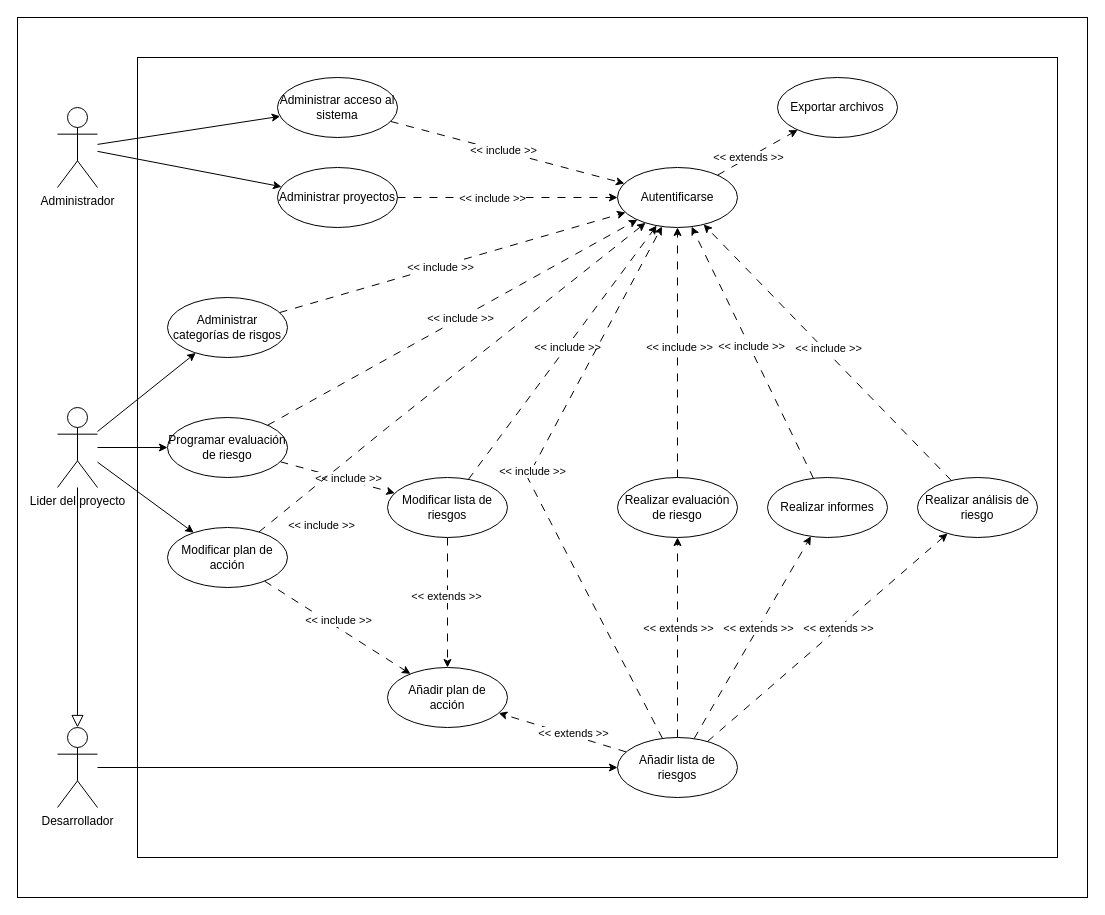
Earlier version of the draw.io diagram 2. Etapa de elaboración/Iteración 1/Especificación de requerimientos/Diagrama de CU.drawio (fxex/Vesta_Risk_Manager). Source tidied: cells renumbered, new cells numbered last; positions are measured from the earlier drawing's top-left corner, leaving out a move shared by most shapes. Both pictures are drawn from the tidied source at 100%, with x=0, y=0 at pixel (17, 17).
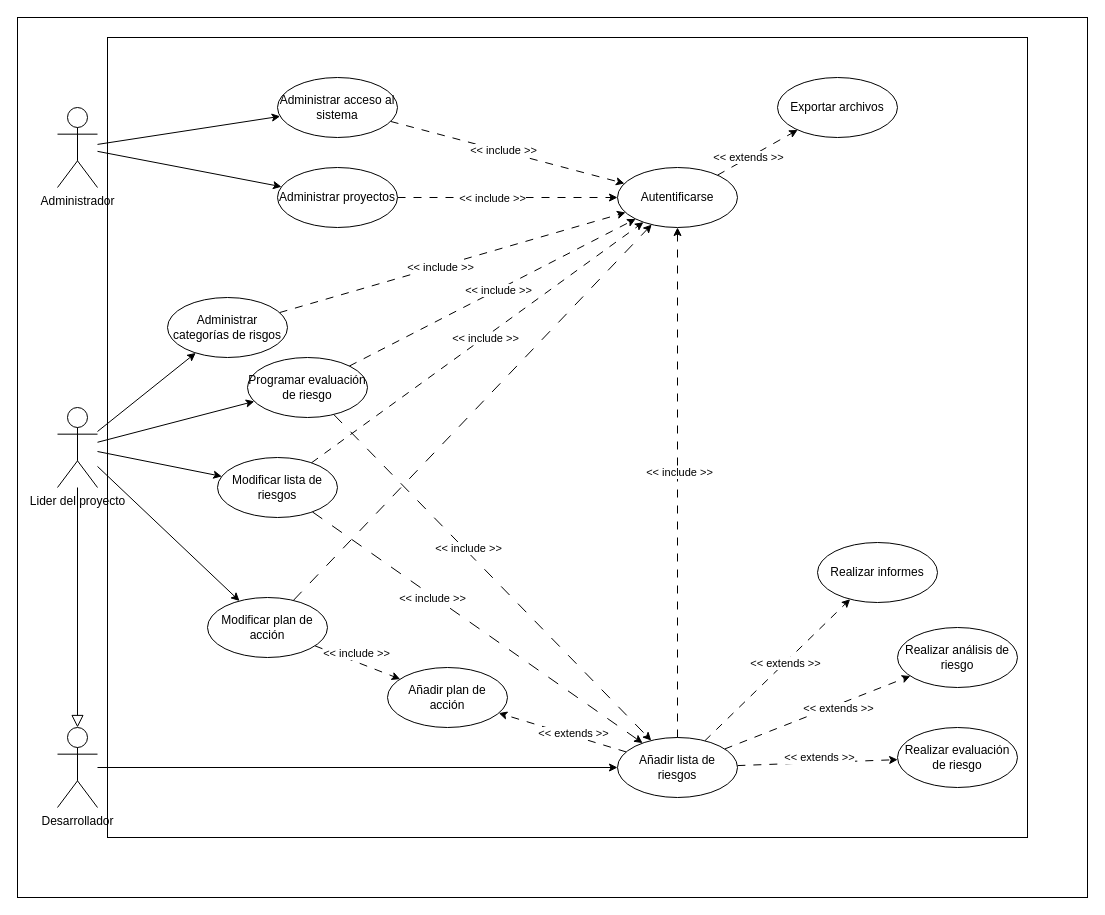
The same diagram, later.

Unchanged cells that the change refers to:
```xml
<mxCell id="10" value="Lider del proyecto" style="shape=umlActor;verticalLabelPosition=bottom;verticalAlign=top;html=1;outlineConnect=0;" parent="1" vertex="1">
  <mxGeometry x="40" y="390" width="40" height="80" as="geometry" />
</mxCell>
<mxCell id="28" value="Añadir lista de riesgos" style="ellipse;whiteSpace=wrap;html=1;" parent="1" vertex="1">
  <mxGeometry x="600" y="720" width="120" height="60" as="geometry" />
</mxCell>
<mxCell id="36" value="&lt;div&gt;Añadir plan de&lt;/div&gt;&lt;div&gt;acción&lt;/div&gt;" style="ellipse;whiteSpace=wrap;html=1;" parent="1" vertex="1">
  <mxGeometry x="370" y="650" width="120" height="60" as="geometry" />
</mxCell>
<mxCell id="42" value="Autentificarse" style="ellipse;whiteSpace=wrap;html=1;" parent="1" vertex="1">
  <mxGeometry x="600" y="150" width="120" height="60" as="geometry" />
</mxCell>
```

Diff of the diagram source:
```diff
@@
     <mxCell id="3" style="rounded=0;whiteSpace=wrap;html=1;" parent="1" vertex="1">
-      <mxGeometry x="120" y="40" width="920" height="800" as="geometry" />
+      <mxGeometry x="90" y="20" width="920" height="800" as="geometry" />
     </mxCell>
@@
+    <mxCell id="63" style="rounded=0;jettySize=auto;html=1;" parent="1" edge="1" source="10" target="31">
+      <mxGeometry relative="1" as="geometry" />
+    </mxCell>
@@
-    <mxCell id="29" style="rounded=0;jettySize=auto;html=1;dashed=1;dashPattern=8 8;" parent="1" edge="1" source="31" target="36">
-      <mxGeometry relative="1" as="geometry" />
-    </mxCell>
-    <mxCell id="30" value="&amp;lt;&amp;lt; extends &amp;gt;&amp;gt;" style="edgeLabel;html=1;align=center;verticalAlign=middle;" parent="29" vertex="1">
-      <mxGeometry x="-0.11" y="-2" relative="1" as="geometry" />
-    </mxCell>
+    <mxCell id="64" style="rounded=0;jettySize=auto;html=1;dashed=1;dashPattern=12 12;" parent="1" edge="1" source="31" target="28">
+      <mxGeometry relative="1" as="geometry" />
+    </mxCell>
     <mxCell id="31" value="Modificar lista de riesgos" style="ellipse;whiteSpace=wrap;html=1;" parent="1" vertex="1">
-      <mxGeometry x="370" y="460" width="120" height="60" as="geometry" />
+      <mxGeometry x="200" y="440" width="120" height="60" as="geometry" />
     </mxCell>
@@
     <mxCell id="35" value="Realizar evaluación de riesgo" style="ellipse;whiteSpace=wrap;html=1;" parent="1" vertex="1">
-      <mxGeometry x="600" y="460" width="120" height="60" as="geometry" />
+      <mxGeometry x="880" y="710" width="120" height="60" as="geometry" />
     </mxCell>
@@
+    <mxCell id="55" style="rounded=0;jettySize=auto;html=1;dashed=1;dashPattern=12 12;" parent="1" edge="1" source="39" target="42">
+      <mxGeometry relative="1" as="geometry" />
+    </mxCell>
     <mxCell id="39" value="Modificar plan de acción" style="ellipse;whiteSpace=wrap;html=1;" parent="1" vertex="1">
-      <mxGeometry x="150" y="510" width="120" height="60" as="geometry" />
+      <mxGeometry x="190" y="580" width="120" height="60" as="geometry" />
     </mxCell>
@@
-    <mxCell id="43" style="edgeStyle=none;rounded=0;jettySize=auto;html=1;dashed=1;dashPattern=8 8;" parent="1" edge="1" source="45" target="42">
-      <mxGeometry relative="1" as="geometry" />
-    </mxCell>
-    <mxCell id="44" value="&amp;lt;&amp;lt; include &amp;gt;&amp;gt;" style="edgeLabel;html=1;align=center;verticalAlign=middle;" parent="43" vertex="1">
-      <mxGeometry x="0.04" y="-1" relative="1" as="geometry">
-        <mxPoint y="-1" as="offset" />
-      </mxGeometry>
-    </mxCell>
     <mxCell id="45" value="Realizar informes" style="ellipse;whiteSpace=wrap;html=1;" parent="1" vertex="1">
-      <mxGeometry x="750" y="460" width="120" height="60" as="geometry" />
+      <mxGeometry x="800" y="525" width="120" height="60" as="geometry" />
     </mxCell>
-    <mxCell id="46" style="edgeStyle=none;rounded=0;jettySize=auto;html=1;dashed=1;dashPattern=8 8;" parent="1" edge="1" source="48" target="31">
-      <mxGeometry relative="1" as="geometry" />
-    </mxCell>
-    <mxCell id="47" value="&amp;lt;&amp;lt; include &amp;gt;&amp;gt;" style="edgeLabel;html=1;align=center;verticalAlign=middle;" parent="46" vertex="1">
-      <mxGeometry x="0.22" y="1" relative="1" as="geometry">
-        <mxPoint x="-2" y="-2" as="offset" />
-      </mxGeometry>
-    </mxCell>
+    <mxCell id="65" style="rounded=0;jettySize=auto;html=1;dashed=1;dashPattern=12 12;" parent="1" edge="1" source="48" target="28">
+      <mxGeometry relative="1" as="geometry" />
+    </mxCell>
     <mxCell id="48" value="Programar evaluación de riesgo" style="ellipse;whiteSpace=wrap;html=1;" parent="1" vertex="1">
-      <mxGeometry x="150" y="400" width="120" height="60" as="geometry" />
+      <mxGeometry x="230" y="340" width="120" height="60" as="geometry" />
     </mxCell>
-    <mxCell id="49" style="edgeStyle=none;rounded=0;jettySize=auto;html=1;dashed=1;dashPattern=8 8;" parent="1" edge="1" source="35" target="42">
-      <mxGeometry relative="1" as="geometry" />
-    </mxCell>
-    <mxCell id="50" value="&amp;lt;&amp;lt; include &amp;gt;&amp;gt;" style="edgeLabel;html=1;align=center;verticalAlign=middle;" parent="49" vertex="1">
-      <mxGeometry x="0.04" y="-1" relative="1" as="geometry">
-        <mxPoint y="-1" as="offset" />
-      </mxGeometry>
-    </mxCell>
@@
-    <mxCell id="55" style="edgeStyle=none;rounded=0;jettySize=auto;html=1;dashed=1;dashPattern=8 8;" parent="1" edge="1" source="39" target="42">
-      <mxGeometry relative="1" as="geometry">
-        <Array as="points">
-          <mxPoint x="370" y="410" />
-        </Array>
-      </mxGeometry>
-    </mxCell>
-    <mxCell id="56" value="&amp;lt;&amp;lt; include &amp;gt;&amp;gt;" style="edgeLabel;html=1;align=center;verticalAlign=middle;" parent="55" vertex="1">
-      <mxGeometry x="0.04" y="-1" relative="1" as="geometry">
-        <mxPoint x="-139" y="153" as="offset" />
-      </mxGeometry>
-    </mxCell>
     <mxCell id="57" style="edgeStyle=none;rounded=0;jettySize=auto;html=1;dashed=1;dashPattern=8 8;" parent="1" edge="1" source="28" target="42">
-      <mxGeometry relative="1" as="geometry">
-        <Array as="points">
-          <mxPoint x="510" y="460" />
-        </Array>
-      </mxGeometry>
+      <mxGeometry relative="1" as="geometry" />
     </mxCell>
@@
-    <mxCell id="59" style="rounded=0;jettySize=auto;html=1;dashed=1;dashPattern=8 8;" parent="1" edge="1" source="60" target="42">
-      <mxGeometry relative="1" as="geometry" />
-    </mxCell>
     <mxCell id="60" value="Realizar análisis de riesgo" style="ellipse;whiteSpace=wrap;html=1;" parent="1" vertex="1">
-      <mxGeometry x="900" y="460" width="120" height="60" as="geometry" />
+      <mxGeometry x="880" y="610" width="120" height="60" as="geometry" />
     </mxCell>
-    <mxCell id="61" value="&amp;lt;&amp;lt; include &amp;gt;&amp;gt;" style="edgeLabel;html=1;align=center;verticalAlign=middle;" parent="1" vertex="1">
-      <mxGeometry x="810" y="330" as="geometry" />
-    </mxCell>
     <mxCell id="62" value="&amp;lt;&amp;lt; extends &amp;gt;&amp;gt;" style="edgeLabel;html=1;align=center;verticalAlign=middle;" parent="1" vertex="1">
-      <mxGeometry x="820" y="610" as="geometry" />
+      <mxGeometry x="820" y="690" as="geometry" />
     </mxCell>
+    <mxCell id="66" value="&amp;lt;&amp;lt; include &amp;gt;&amp;gt;" style="edgeLabel;html=1;align=center;verticalAlign=middle;" parent="1" vertex="1">
+      <mxGeometry x="414" y="580" as="geometry" />
+    </mxCell>
+    <mxCell id="67" value="&amp;lt;&amp;lt; include &amp;gt;&amp;gt;" style="edgeLabel;html=1;align=center;verticalAlign=middle;" parent="1" vertex="1">
+      <mxGeometry x="450" y="530" as="geometry" />
+    </mxCell>
```
